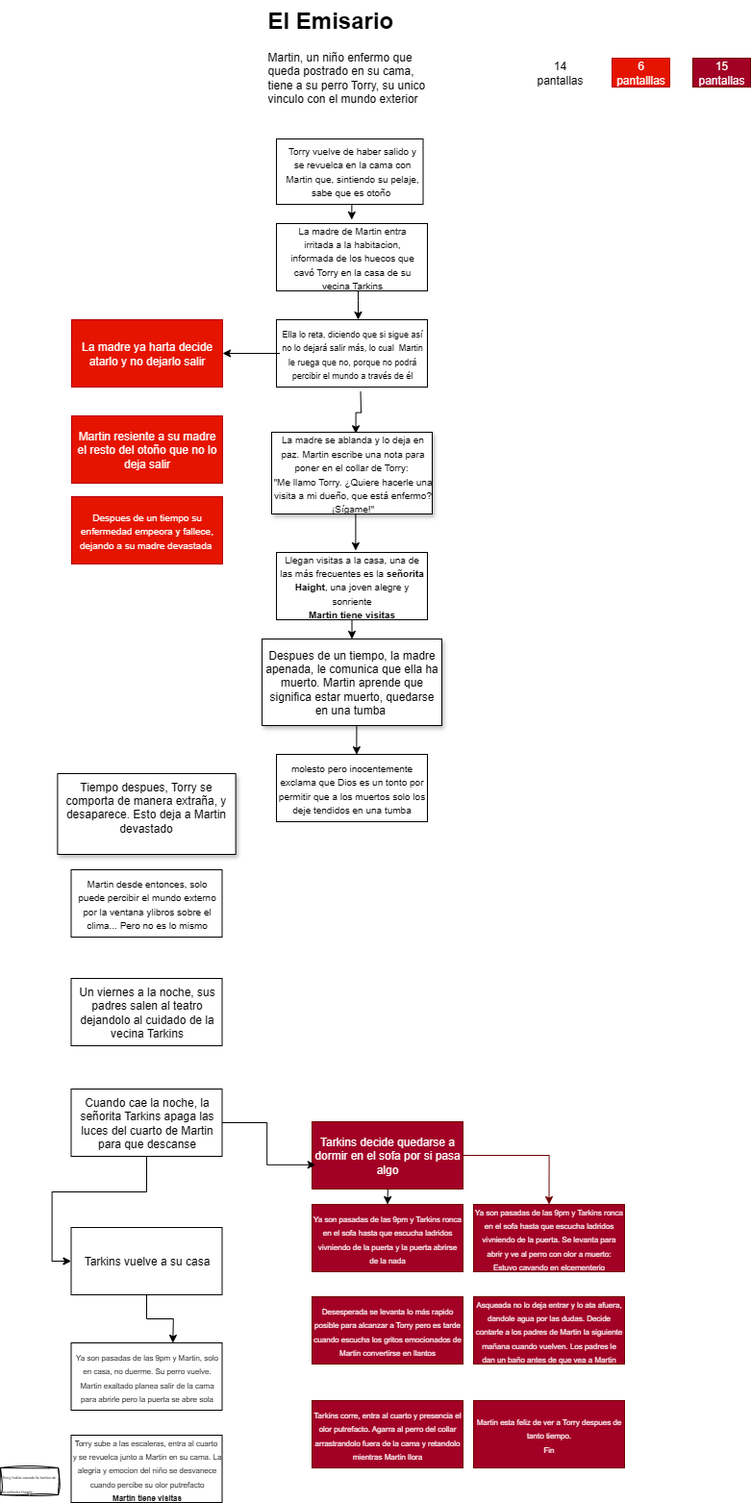
This is Diagrama E Emisario.drawio.png from ro276/pmiw, a draw.io export, as it was before one commit. Source tidied: cells renumbered, new cells last; positions are measured from the earlier drawing's top-left corner, leaving out a move shared by most shapes.
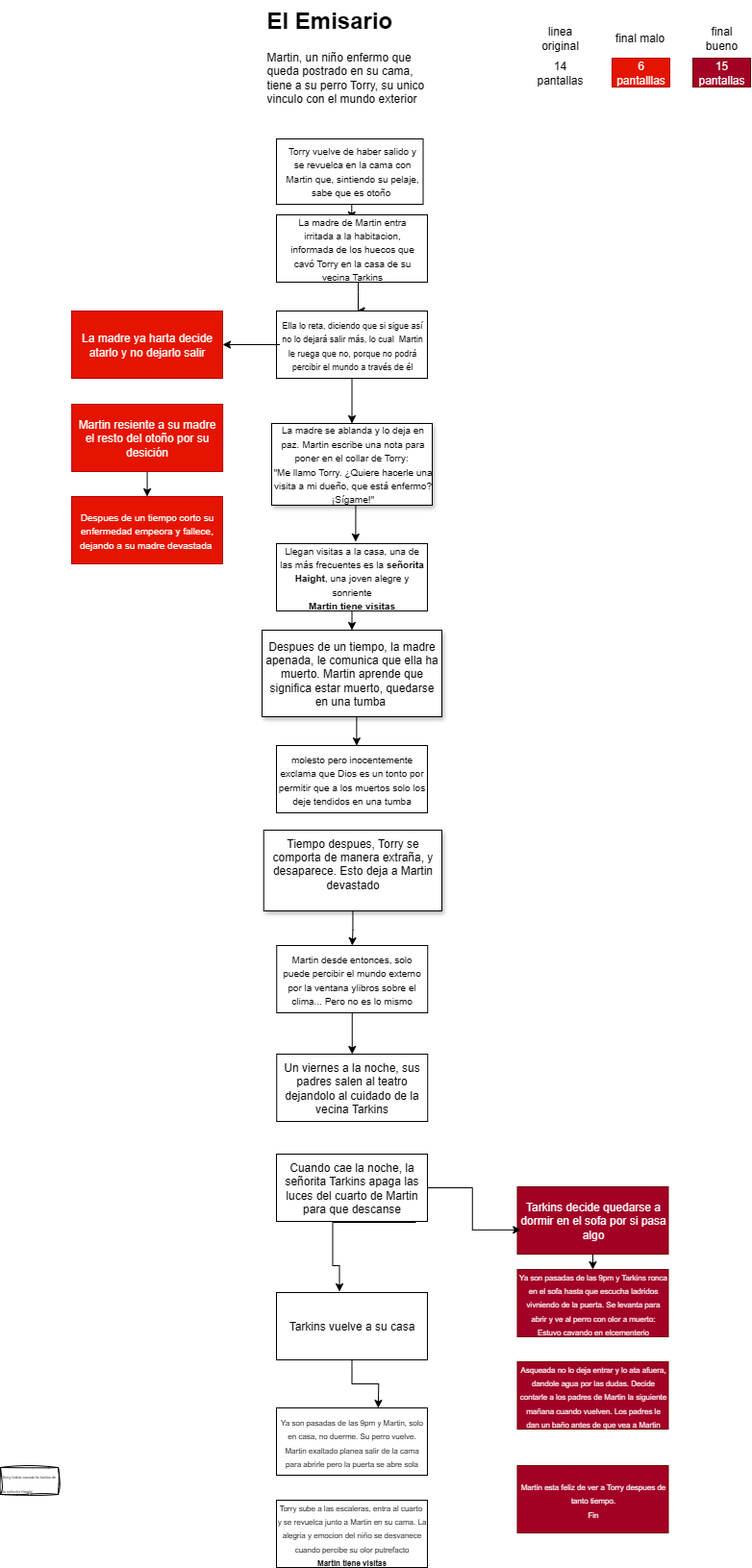
The same diagram one commit later.

The edit, as a diff of the source:
```diff
@@ -13,118 +13,130 @@
     <mxCell id="4" style="edgeStyle=orthogonalEdgeStyle;rounded=0;jettySize=auto;html=1;entryX=0.532;entryY=-0.002;entryDx=0;entryDy=0;entryPerimeter=0;" parent="1" edge="1" source="5" target="11">
       <mxGeometry relative="1" as="geometry">
         <Array as="points">
-          <mxPoint x="372" y="312" />
-          <mxPoint x="372" y="312" />
+          <mxPoint x="372" y="303" />
+          <mxPoint x="372" y="303" />
         </Array>
       </mxGeometry>
     </mxCell>
     <mxCell id="5" style="rounded=0;whiteSpace=wrap;html=1;" parent="1" vertex="1">
-      <mxGeometry x="287" y="232" width="157" height="70" as="geometry" />
+      <mxGeometry x="287" y="223" width="157" height="70" as="geometry" />
     </mxCell>
     <mxCell id="6" value="&lt;font size=&quot;1&quot;&gt;Torry vuelve de haber salido y se revuelca en la cama con Martin que, sintiendo su pelaje, sabe que es otoño&amp;nbsp;&lt;/font&gt;" style="text;html=1;align=center;verticalAlign=middle;whiteSpace=wrap;rounded=0;" parent="1" vertex="1">
       <mxGeometry x="292.8" y="167" width="145.5" height="20" as="geometry" />
     </mxCell>
     <mxCell id="7" style="rounded=0;whiteSpace=wrap;html=1;" parent="1" vertex="1">
-      <mxGeometry x="287" y="332" width="157" height="70" as="geometry" />
+      <mxGeometry x="287" y="323" width="157" height="70" as="geometry" />
     </mxCell>
     <mxCell id="8" style="edgeStyle=orthogonalEdgeStyle;rounded=0;jettySize=auto;html=1;exitX=0.5;exitY=1;exitDx=0;exitDy=0;" parent="1" edge="1" source="9">
       <mxGeometry relative="1" as="geometry">
-        <mxPoint x="369.4" y="572" as="targetPoint" />
+        <mxPoint x="369.4" y="563" as="targetPoint" />
       </mxGeometry>
     </mxCell>
     <mxCell id="9" value="&lt;div style=&quot;text-align: center;&quot;&gt;&lt;font style=&quot;background-color: transparent; color: light-dark(rgb(0, 0, 0), rgb(255, 255, 255)); font-size: 10px;&quot;&gt;La madre se ablanda y lo deja en paz.&amp;nbsp;&lt;/font&gt;&lt;span style=&quot;background-color: transparent; color: light-dark(rgb(0, 0, 0), rgb(255, 255, 255)); font-size: 10px;&quot;&gt;Martin escribe una nota para poner en el collar de Torry:&amp;nbsp;&lt;/span&gt;&lt;/div&gt;&lt;div style=&quot;text-align: center;&quot;&gt;&lt;span style=&quot;font-size: 10px; background-color: transparent; color: light-dark(rgb(0, 0, 0), rgb(255, 255, 255)); text-align: left;&quot;&gt;&quot;&lt;/span&gt;&lt;span style=&quot;font-size: 10px; background-color: transparent; color: light-dark(rgb(0, 0, 0), rgb(255, 255, 255)); text-align: left;&quot;&gt;Me llamo Torry. ¿Quiere hacerle una visita a mi dueño, que está enfermo? ¡Sígame!&quot;&lt;/span&gt;&lt;/div&gt;" style="rounded=0;whiteSpace=wrap;html=1;glass=0;shadow=1;align=left;" parent="1" vertex="1">
-      <mxGeometry x="282" y="449" width="167" height="85" as="geometry" />
+      <mxGeometry x="282" y="440" width="167" height="85" as="geometry" />
     </mxCell>
     <mxCell id="10" value="&lt;font size=&quot;1&quot;&gt;La madre de Martin entra irritada a la habitacion, informada de los huecos que cavó Torry en la casa de su vecina Tarkins&lt;/font&gt;" style="text;html=1;align=center;verticalAlign=middle;whiteSpace=wrap;rounded=0;" parent="1" vertex="1">
-      <mxGeometry x="292.8" y="257" width="145.5" height="20" as="geometry" />
+      <mxGeometry x="292.8" y="248" width="145.5" height="20" as="geometry" />
     </mxCell>
+    <mxCell id="47" style="edgeStyle=orthogonalEdgeStyle;rounded=0;jettySize=auto;html=1;" parent="1" edge="1" source="11" target="9">
+      <mxGeometry relative="1" as="geometry" />
+    </mxCell>
     <mxCell id="11" style="rounded=0;whiteSpace=wrap;html=1;" parent="1" vertex="1">
-      <mxGeometry x="287" y="332" width="157" height="70" as="geometry" />
+      <mxGeometry x="287" y="323" width="157" height="70" as="geometry" />
     </mxCell>
     <mxCell id="12" style="edgeStyle=orthogonalEdgeStyle;rounded=0;jettySize=auto;html=1;entryX=1;entryY=0.5;entryDx=0;entryDy=0;" parent="1" edge="1" source="13" target="14">
       <mxGeometry relative="1" as="geometry" />
     </mxCell>
     <mxCell id="13" value="&lt;font style=&quot;font-size: 9px;&quot;&gt;Ella lo reta, diciendo que si sigue así no lo dejará salir más, lo cual&amp;nbsp; Martin le ruega que no, porque no podrá percibir el mundo a través de él&lt;/font&gt;" style="text;html=1;align=center;verticalAlign=middle;whiteSpace=wrap;rounded=0;" parent="1" vertex="1">
-      <mxGeometry x="290.6" y="353.5" width="149.8" height="27" as="geometry" />
+      <mxGeometry x="290.6" y="344.5" width="149.8" height="27" as="geometry" />
     </mxCell>
     <mxCell id="14" value="La madre ya harta decide atarlo y no dejarlo salir" style="rounded=0;whiteSpace=wrap;html=1;fillColor=#e51400;fontColor=#ffffff;strokeColor=#B20000;" parent="1" vertex="1">
-      <mxGeometry x="74" y="332" width="157" height="70" as="geometry" />
+      <mxGeometry x="74" y="323" width="157" height="70" as="geometry" />
     </mxCell>
+    <mxCell id="48" style="edgeStyle=orthogonalEdgeStyle;rounded=0;jettySize=auto;html=1;" parent="1" edge="1" source="15" target="26">
+      <mxGeometry relative="1" as="geometry" />
+    </mxCell>
-    <mxCell id="15" value="Martin resiente a su madre el resto del otoño que no lo deja salir" style="rounded=0;whiteSpace=wrap;html=1;fillColor=#e51400;fontColor=#ffffff;strokeColor=#B20000;" parent="1" vertex="1">
-      <mxGeometry x="74" y="432" width="157" height="70" as="geometry" />
+    <mxCell id="15" value="Martin resiente a su madre el resto del otoño por su desición" style="rounded=0;whiteSpace=wrap;html=1;fillColor=#e51400;fontColor=#ffffff;strokeColor=#B20000;" parent="1" vertex="1">
+      <mxGeometry x="74.1" y="420" width="157" height="70" as="geometry" />
     </mxCell>
     <mxCell id="16" style="edgeStyle=orthogonalEdgeStyle;rounded=0;jettySize=auto;html=1;exitX=0.5;exitY=1;exitDx=0;exitDy=0;entryX=0.5;entryY=0;entryDx=0;entryDy=0;" parent="1" edge="1" source="17" target="18">
       <mxGeometry relative="1" as="geometry" />
     </mxCell>
     <mxCell id="17" value="&lt;font style=&quot;font-size: 10px;&quot;&gt;Llegan visitas a la casa, una de las más frecuentes es la &lt;b&gt;señorita Haight&lt;/b&gt;, una joven alegre y sonriente&lt;/font&gt;&lt;div&gt;&lt;font style=&quot;font-size: 10px;&quot;&gt;&lt;b&gt;Martin tiene visitas&lt;/b&gt;&lt;/font&gt;&lt;/div&gt;" style="rounded=0;whiteSpace=wrap;html=1;" parent="1" vertex="1">
-      <mxGeometry x="287" y="574" width="157" height="70" as="geometry" />
+      <mxGeometry x="287" y="565" width="157" height="70" as="geometry" />
     </mxCell>
     <mxCell id="18" value="Despues de un tiempo, la madre apenada, le comunica que ella ha muerto. Martin&lt;span style=&quot;background-color: transparent; color: light-dark(rgb(0, 0, 0), rgb(255, 255, 255));&quot;&gt;&amp;nbsp;aprende que significa estar muerto, quedarse en una tumba&amp;nbsp;&lt;/span&gt;" style="rounded=0;whiteSpace=wrap;html=1;shadow=1;" parent="1" vertex="1">
-      <mxGeometry x="272" y="664" width="187" height="90" as="geometry" />
+      <mxGeometry x="272" y="655" width="187" height="90" as="geometry" />
     </mxCell>
+    <mxCell id="49" style="edgeStyle=orthogonalEdgeStyle;rounded=0;jettySize=auto;html=1;" parent="1" edge="1" source="19" target="21">
+      <mxGeometry relative="1" as="geometry" />
+    </mxCell>
     <mxCell id="19" value="Tiempo despues, Torry se comporta de manera extraña, y desaparece. Esto deja a Martin devastado&lt;div&gt;&lt;br&gt;&lt;/div&gt;" style="rounded=0;whiteSpace=wrap;html=1;shadow=1;" parent="1" vertex="1">
-      <mxGeometry x="59.4" y="804" width="185.2" height="84" as="geometry" />
+      <mxGeometry x="273.8" y="863" width="185.2" height="84" as="geometry" />
     </mxCell>
     <mxCell id="20" value="&lt;font style=&quot;font-size: 10px;&quot;&gt;molesto pero inocentemente exclama que Dios es un tonto por permitir que a los muertos solo los deje tendidos en una tumba&lt;/font&gt;" style="rounded=0;whiteSpace=wrap;html=1;" parent="1" vertex="1">
-      <mxGeometry x="287" y="784" width="157" height="70" as="geometry" />
+      <mxGeometry x="287" y="775" width="157" height="70" as="geometry" />
     </mxCell>
+    <mxCell id="50" style="edgeStyle=orthogonalEdgeStyle;rounded=0;jettySize=auto;html=1;exitX=0.5;exitY=1;exitDx=0;exitDy=0;entryX=0.5;entryY=0;entryDx=0;entryDy=0;" parent="1" edge="1" source="21" target="22">
+      <mxGeometry relative="1" as="geometry" />
+    </mxCell>
     <mxCell id="21" value="&lt;font style=&quot;font-size: 10px;&quot;&gt;Martin desde entonces, solo puede percibir el mundo externo por la ventana ylibros sobre el clima... Pero no es lo mismo&lt;/font&gt;" style="rounded=0;whiteSpace=wrap;html=1;" parent="1" vertex="1">
-      <mxGeometry x="73.5" y="904" width="157" height="70" as="geometry" />
+      <mxGeometry x="287.2" y="983" width="157" height="70" as="geometry" />
     </mxCell>
     <mxCell id="22" value="Un viernes a la noche, sus padres salen al teatro dejandolo al cuidado de la vecina Tarkins" style="rounded=0;whiteSpace=wrap;html=1;" parent="1" vertex="1">
-      <mxGeometry x="73.5" y="1017" width="157" height="70" as="geometry" />
+      <mxGeometry x="287.2" y="1096" width="157" height="70" as="geometry" />
     </mxCell>
     <mxCell id="23" value="&lt;h1 style=&quot;margin-top: 0px;&quot;&gt;El Emisario&lt;/h1&gt;&lt;p&gt;Martin, un niño enfermo que queda postrado en su cama, tiene a su perro Torry, su unico vinculo con el mundo exterior&lt;/p&gt;" style="text;html=1;whiteSpace=wrap;overflow=hidden;rounded=0;" parent="1" vertex="1">
       <mxGeometry x="275.5" width="180" height="120" as="geometry" />
     </mxCell>
-    <mxCell id="24" style="edgeStyle=orthogonalEdgeStyle;rounded=0;jettySize=auto;html=1;exitX=0.5;exitY=1;exitDx=0;exitDy=0;entryX=0.524;entryY=0.015;entryDx=0;entryDy=0;entryPerimeter=0;" parent="1" edge="1" target="9">
-      <mxGeometry relative="1" as="geometry">
-        <mxPoint x="374.5" y="407" as="sourcePoint" />
-      </mxGeometry>
-    </mxCell>
     <mxCell id="25" style="edgeStyle=orthogonalEdgeStyle;rounded=0;jettySize=auto;html=1;exitX=0.5;exitY=1;exitDx=0;exitDy=0;entryX=0.531;entryY=0.003;entryDx=0;entryDy=0;entryPerimeter=0;" parent="1" edge="1" source="18" target="20">
       <mxGeometry relative="1" as="geometry" />
     </mxCell>
-    <mxCell id="26" value="&lt;font style=&quot;font-size: 10px; color: rgb(255, 255, 255);&quot;&gt;Despues de un tiempo su enfermedad empeora y fallece, dejando a su madre devastada&amp;nbsp;&lt;/font&gt;" style="rounded=0;whiteSpace=wrap;html=1;fillColor=#e51400;strokeColor=#B20000;fontColor=#ffffff;" parent="1" vertex="1">
+    <mxCell id="26" value="&lt;font style=&quot;font-size: 10px; color: rgb(255, 255, 255);&quot;&gt;Despues de un tiempo corto su enfermedad empeora y fallece, dejando a su madre devastada&amp;nbsp;&lt;/font&gt;" style="rounded=0;whiteSpace=wrap;html=1;fillColor=#e51400;strokeColor=#B20000;fontColor=#ffffff;" parent="1" vertex="1">
       <mxGeometry x="74" y="516" width="157" height="70" as="geometry" />
     </mxCell>
-    <mxCell id="27" style="edgeStyle=orthogonalEdgeStyle;rounded=0;jettySize=auto;html=1;entryX=0;entryY=0.5;entryDx=0;entryDy=0;" parent="1" edge="1" source="28" target="33">
-      <mxGeometry relative="1" as="geometry" />
+    <mxCell id="27" style="edgeStyle=orthogonalEdgeStyle;rounded=0;orthogonalLoop=1;jettySize=auto;html=1;entryX=0;entryY=0.5;entryDx=0;entryDy=0;" parent="1" edge="1">
+      <mxGeometry relative="1" as="geometry">
+        <mxPoint x="431.5" y="1234" as="sourcePoint" />
+        <mxPoint x="353" y="1343" as="targetPoint" />
+        <Array as="points">
+          <mxPoint x="431.5" y="1271" />
+          <mxPoint x="345.5" y="1271" />
+          <mxPoint x="345.5" y="1316" />
+          <mxPoint x="352.5" y="1316" />
+          <mxPoint x="352.5" y="1343" />
+        </Array>
+      </mxGeometry>
     </mxCell>
     <mxCell id="28" value="Cuando cae la noche, la señorita Tarkins apaga las luces del cuarto de Martin para que descanse" style="rounded=0;whiteSpace=wrap;html=1;" parent="1" vertex="1">
-      <mxGeometry x="73.5" y="1132" width="157" height="70" as="geometry" />
+      <mxGeometry x="287" y="1200" width="157" height="70" as="geometry" />
     </mxCell>
-    <mxCell id="29" style="edgeStyle=orthogonalEdgeStyle;rounded=0;jettySize=auto;html=1;entryX=0.5;entryY=0;entryDx=0;entryDy=0;fillColor=#a20025;strokeColor=#6F0000;" parent="1" edge="1" source="31" target="35">
-      <mxGeometry relative="1" as="geometry" />
-    </mxCell>
-    <mxCell id="30" style="edgeStyle=orthogonalEdgeStyle;rounded=0;jettySize=auto;html=1;exitX=0.5;exitY=1;exitDx=0;exitDy=0;entryX=0.5;entryY=0;entryDx=0;entryDy=0;" parent="1" edge="1" target="42">
+    <mxCell id="30" style="edgeStyle=orthogonalEdgeStyle;rounded=0;orthogonalLoop=1;jettySize=auto;html=1;exitX=0.5;exitY=1;exitDx=0;exitDy=0;entryX=0.5;entryY=0;entryDx=0;entryDy=0;" parent="1" edge="1">
       <mxGeometry relative="1" as="geometry">
-        <mxPoint x="402.5" y="1202" as="sourcePoint" />
+        <mxPoint x="616" y="1270" as="sourcePoint" />
+        <mxPoint x="616" y="1320" as="targetPoint" />
       </mxGeometry>
     </mxCell>
     <mxCell id="31" value="Tarkins decide quedarse a dormir en el sofa por si pasa algo" style="rounded=0;whiteSpace=wrap;html=1;fillColor=#a20025;strokeColor=#6F0000;fontColor=#ffffff;" parent="1" vertex="1">
-      <mxGeometry x="324" y="1166" width="157" height="70" as="geometry" />
+      <mxGeometry x="537.5" y="1234" width="157" height="70" as="geometry" />
     </mxCell>
     <mxCell id="32" style="edgeStyle=orthogonalEdgeStyle;rounded=0;jettySize=auto;html=1;exitX=0.5;exitY=1;exitDx=0;exitDy=0;" parent="1" edge="1" source="33">
       <mxGeometry relative="1" as="geometry">
-        <mxPoint x="179.3" y="1396" as="targetPoint" />
+        <mxPoint x="392.8" y="1464" as="targetPoint" />
       </mxGeometry>
     </mxCell>
     <mxCell id="33" value="Tarkins vuelve a su casa" style="rounded=0;whiteSpace=wrap;html=1;" parent="1" vertex="1">
-      <mxGeometry x="73.5" y="1276" width="157" height="70" as="geometry" />
+      <mxGeometry x="287" y="1344" width="157" height="70" as="geometry" />
     </mxCell>
     <mxCell id="34" value="&lt;span style=&quot;font-size: 8px;&quot;&gt;Ya son pasadas de las 9pm y Martin, solo en casa, no duerme. Su perro vuelve.&lt;/span&gt;&lt;div&gt;&lt;span style=&quot;font-size: 8px;&quot;&gt;Martin exaltado planea salir de la cama para abrirle pero la puerta se abre sola&lt;/span&gt;&lt;/div&gt;" style="rounded=0;whiteSpace=wrap;html=1;" parent="1" vertex="1">
-      <mxGeometry x="73.5" y="1396" width="157" height="70" as="geometry" />
+      <mxGeometry x="287" y="1464" width="157" height="70" as="geometry" />
     </mxCell>
     <mxCell id="35" value="&lt;span style=&quot;font-size: 8px;&quot;&gt;Ya son pasadas de las 9pm y Tarkins ronca en el sofa hasta que escucha ladridos vivniendo de la puerta. Se levanta para abrir y ve al perro con olor a muerto: Estuvo cavando en elcementerio&lt;/span&gt;" style="rounded=0;whiteSpace=wrap;html=1;fillColor=#a20025;strokeColor=#6F0000;fontColor=#ffffff;" parent="1" vertex="1">
-      <mxGeometry x="492" y="1252" width="157" height="70" as="geometry" />
+      <mxGeometry x="537.5" y="1320" width="157" height="70" as="geometry" />
     </mxCell>
     <mxCell id="36" value="&lt;span style=&quot;font-size: 8px;&quot;&gt;Torry sube a las escaleras, entra al cuarto&amp;nbsp; y se revuelca junto a Martin en su cama. La alegria y emocion del niño se desvanece cuando percibe su olor putrefacto&lt;/span&gt;&lt;div&gt;&lt;span style=&quot;font-size: 8px;&quot;&gt;&lt;b&gt;Martin tiene visitas&lt;/b&gt;&lt;/span&gt;&lt;/div&gt;" style="rounded=0;whiteSpace=wrap;html=1;" parent="1" vertex="1">
-      <mxGeometry x="73.5" y="1492" width="157" height="70" as="geometry" />
+      <mxGeometry x="287" y="1560" width="157" height="70" as="geometry" />
     </mxCell>
-    <mxCell id="37" value="&lt;span style=&quot;font-size: 8px;&quot;&gt;Desesperada se levanta lo más rapido posible para alcanzar a Torry pero es tarde cuando escucha los gritos emocionados de Martin convertirse en llantos&lt;/span&gt;" style="rounded=0;whiteSpace=wrap;html=1;fillColor=#a20025;strokeColor=#6F0000;fontColor=#ffffff;" parent="1" vertex="1">
-      <mxGeometry x="324" y="1348" width="157" height="70" as="geometry" />
-    </mxCell>
     <mxCell id="38" value="14 pantallas" style="text;html=1;align=center;verticalAlign=middle;whiteSpace=wrap;rounded=0;" parent="1" vertex="1">
       <mxGeometry x="552" y="60" width="60" height="30" as="geometry" />
     </mxCell>
@@ -134,17 +146,11 @@
     <mxCell id="40" value="15 pantallas" style="text;html=1;align=center;verticalAlign=middle;whiteSpace=wrap;rounded=0;fillColor=#a20025;fontColor=#ffffff;strokeColor=#6F0000;" parent="1" vertex="1">
       <mxGeometry x="720" y="60" width="60" height="30" as="geometry" />
     </mxCell>
-    <mxCell id="41" value="&lt;span style=&quot;font-size: 8px;&quot;&gt;Tarkins corre, entra al cuarto y presencia el olor putrefacto. Agarra al perro del collar arrastrandolo fuera de la cama y retandolo mientras Martin llora&lt;/span&gt;" style="rounded=0;whiteSpace=wrap;html=1;fillColor=#a20025;strokeColor=#6F0000;fontColor=#ffffff;" parent="1" vertex="1">
-      <mxGeometry x="324" y="1456" width="157" height="70" as="geometry" />
-    </mxCell>
-    <mxCell id="42" value="&lt;span style=&quot;font-size: 8px;&quot;&gt;Ya son pasadas de las 9pm y Tarkins ronca en el sofa hasta que escucha ladridos vivniendo de la puerta y la puerta abrirse de la nada&lt;/span&gt;" style="rounded=0;whiteSpace=wrap;html=1;fillColor=#a20025;strokeColor=#6F0000;fontColor=#ffffff;" parent="1" vertex="1">
-      <mxGeometry x="324" y="1252" width="157" height="70" as="geometry" />
-    </mxCell>
     <mxCell id="43" value="&lt;span style=&quot;font-size: 8px;&quot;&gt;Asqueada no lo deja entrar y lo ata afuera, dandole agua por las dudas. Decide contarle a los padres de Martin la siguiente mañana cuando vuelven. Los padres le dan un baño antes de que vea a Martin&lt;/span&gt;" style="rounded=0;whiteSpace=wrap;html=1;fillColor=#a20025;strokeColor=#6F0000;fontColor=#ffffff;" parent="1" vertex="1">
-      <mxGeometry x="492" y="1348" width="157" height="70" as="geometry" />
+      <mxGeometry x="537.5" y="1416" width="157" height="70" as="geometry" />
     </mxCell>
     <mxCell id="44" value="&lt;span style=&quot;font-size: 8px;&quot;&gt;Martin esta feliz de ver a Torry despues de tanto tiempo.&lt;/span&gt;&lt;div&gt;&lt;span style=&quot;font-size: 8px;&quot;&gt;Fin&lt;/span&gt;&lt;/div&gt;" style="rounded=0;whiteSpace=wrap;html=1;fillColor=#a20025;strokeColor=#6F0000;fontColor=#ffffff;" parent="1" vertex="1">
-      <mxGeometry x="492" y="1456" width="157" height="70" as="geometry" />
+      <mxGeometry x="537.5" y="1524" width="157" height="70" as="geometry" />
     </mxCell>
     <mxCell id="45" value="&lt;font style=&quot;font-size: 4px;&quot;&gt;Torry habia cavado la tumba de la señorita Haight&lt;/font&gt;" style="rounded=0;whiteSpace=wrap;html=1;sketch=1;curveFitting=1;jiggle=2;align=left;" parent="1" vertex="1">
       <mxGeometry y="1526" width="60" height="28" as="geometry" />
@@ -152,5 +158,14 @@
     <mxCell id="46" style="edgeStyle=orthogonalEdgeStyle;rounded=0;jettySize=auto;html=1;exitX=1;exitY=0.5;exitDx=0;exitDy=0;entryX=0.024;entryY=0.64;entryDx=0;entryDy=0;entryPerimeter=0;" parent="1" edge="1" source="28" target="31">
       <mxGeometry relative="1" as="geometry" />
     </mxCell>
+    <mxCell id="51" value="linea original" style="text;html=1;align=center;verticalAlign=middle;whiteSpace=wrap;rounded=0;" parent="1" vertex="1">
+      <mxGeometry x="552" y="24" width="60" height="30" as="geometry" />
+    </mxCell>
+    <mxCell id="52" value="final malo" style="text;html=1;align=center;verticalAlign=middle;whiteSpace=wrap;rounded=0;" parent="1" vertex="1">
+      <mxGeometry x="634.5" y="24" width="60" height="30" as="geometry" />
+    </mxCell>
+    <mxCell id="53" value="final bueno" style="text;html=1;align=center;verticalAlign=middle;whiteSpace=wrap;rounded=0;" parent="1" vertex="1">
+      <mxGeometry x="720" y="24" width="60" height="30" as="geometry" />
+    </mxCell>
   </root>
 </mxGraphModel>
```
